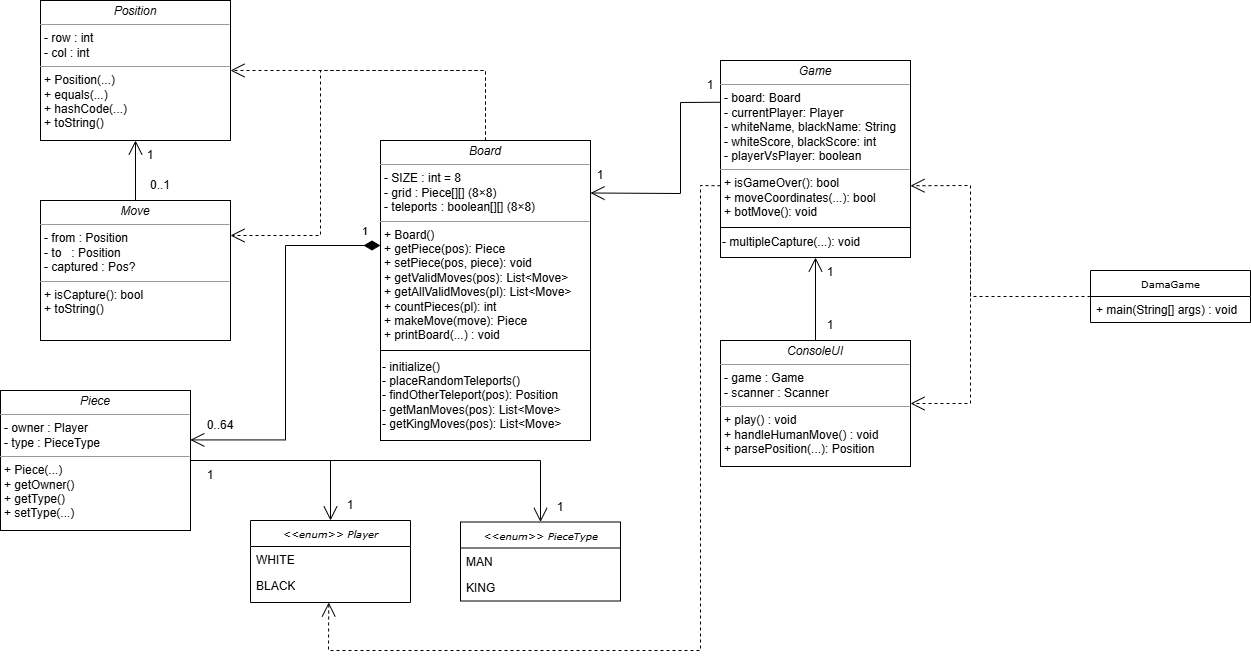
Earlier version of the draw.io export Dama/src/design/UML_diagram.png (ArthurynJoU/Dama). Source tidied: cells renumbered, new cells last; positions are measured from the earlier drawing's top-left corner, leaving out a move shared by most shapes.
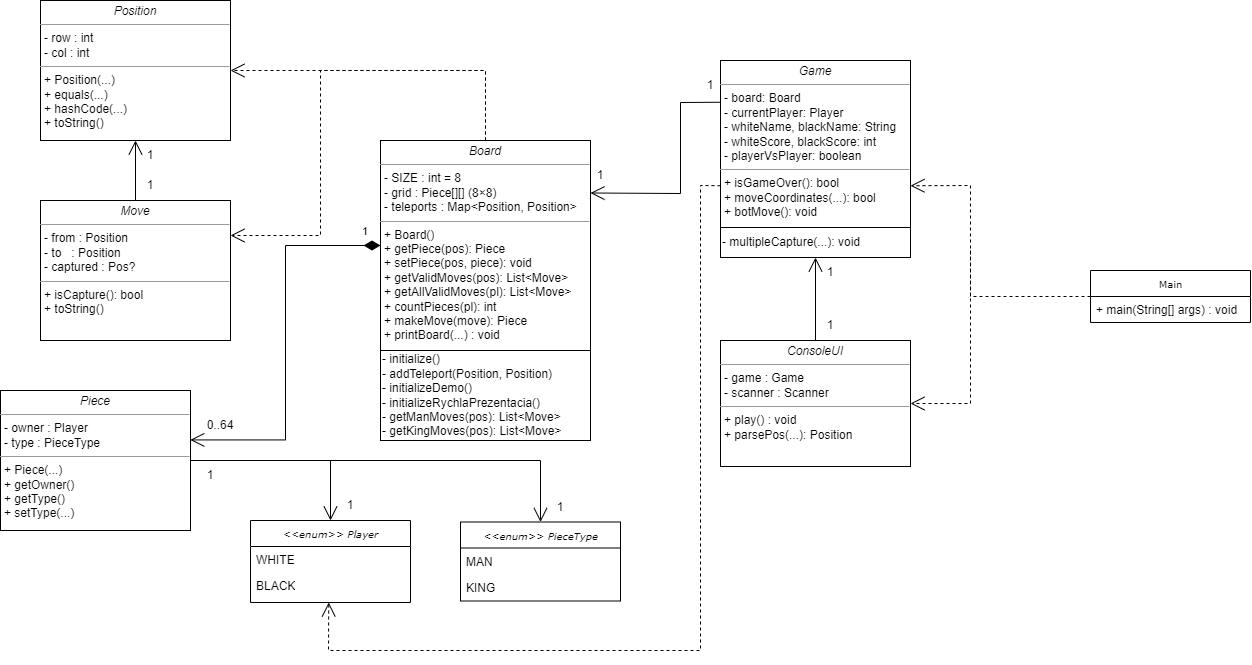
After the change.

What changed in the source:
```diff
@@ -2,7 +2,7 @@
   <root>
     <mxCell id="0" />
     <mxCell id="1" parent="0" />
-    <mxCell id="2" value="DamaGame" style="swimlane;html=1;fontStyle=0;horizontal=1;startSize=26;fillColor=none;swimlaneFillColor=#ffffff;rounded=0;shadow=0;comic=0;labelBackgroundColor=none;strokeWidth=1;fontFamily=Verdana;fontSize=10;align=center;" parent="1" vertex="1">
+    <mxCell id="2" value="Main" style="swimlane;html=1;fontStyle=0;horizontal=1;startSize=26;fillColor=none;swimlaneFillColor=#ffffff;rounded=0;shadow=0;comic=0;labelBackgroundColor=none;strokeWidth=1;fontFamily=Verdana;fontSize=10;align=center;" parent="1" vertex="1">
       <mxGeometry x="1090" y="270" width="160" height="52" as="geometry" />
     </mxCell>
     <mxCell id="3" value="+ main(String[] args) : void" style="text;html=1;strokeColor=none;fillColor=none;align=left;verticalAlign=top;spacingLeft=4;spacingRight=4;whiteSpace=wrap;overflow=hidden;" parent="2" vertex="1">
@@ -26,13 +26,13 @@
     <mxCell id="9" value="BLACK" style="text;html=1;strokeColor=none;fillColor=none;align=left;verticalAlign=top;spacingLeft=4;spacingRight=4;whiteSpace=wrap;overflow=hidden;points=[[0,0.5],[1,0.5]];portConstraint=eastwest;" parent="7" vertex="1">
       <mxGeometry y="52" width="160" height="26" as="geometry" />
     </mxCell>
-    <mxCell id="10" value="&lt;p style=&quot;margin:0px;margin-top:4px;text-align:center;&quot;&gt;&lt;i&gt;ConsoleUI&lt;/i&gt;&lt;/p&gt;&lt;hr size=&quot;1&quot;&gt;&lt;p style=&quot;margin:0px;margin-left:4px;&quot;&gt;- game : Game&amp;nbsp;&lt;br&gt;- scanner : Scanner&lt;/p&gt;&lt;hr size=&quot;1&quot;&gt;&lt;p style=&quot;margin:0px;margin-left:4px;&quot;&gt;+ play() : void&lt;br&gt;+ handleHumanMove() : void&lt;/p&gt;&lt;p style=&quot;margin:0px;margin-left:4px;&quot;&gt;+ parsePosition(...): Position&amp;nbsp;&lt;/p&gt;" style="verticalAlign=top;align=left;overflow=fill;fontSize=12;fontFamily=Helvetica;html=1;rounded=0;shadow=0;comic=0;labelBackgroundColor=none;strokeWidth=1;" parent="1" vertex="1">
+    <mxCell id="10" value="&lt;p style=&quot;margin:0px;margin-top:4px;text-align:center;&quot;&gt;&lt;i&gt;ConsoleUI&lt;/i&gt;&lt;/p&gt;&lt;hr size=&quot;1&quot;&gt;&lt;p style=&quot;margin:0px;margin-left:4px;&quot;&gt;- game : Game&amp;nbsp;&lt;br&gt;- scanner : Scanner&lt;/p&gt;&lt;hr size=&quot;1&quot;&gt;&lt;p style=&quot;margin:0px;margin-left:4px;&quot;&gt;+ play() : void&lt;br&gt;&lt;/p&gt;&lt;p style=&quot;margin:0px;margin-left:4px;&quot;&gt;+ parsePos(...): Position&amp;nbsp;&lt;/p&gt;" style="verticalAlign=top;align=left;overflow=fill;fontSize=12;fontFamily=Helvetica;html=1;rounded=0;shadow=0;comic=0;labelBackgroundColor=none;strokeWidth=1;" parent="1" vertex="1">
       <mxGeometry x="720" y="340" width="190" height="126" as="geometry" />
     </mxCell>
     <mxCell id="11" value="&lt;p style=&quot;margin:0px;margin-top:4px;text-align:center;&quot;&gt;&lt;i&gt;Game&lt;/i&gt;&lt;/p&gt;&lt;hr size=&quot;1&quot;&gt;&lt;p style=&quot;margin:0px;margin-left:4px;&quot;&gt;- board: Board&lt;br&gt;- currentPlayer: Player&lt;/p&gt;&lt;p style=&quot;margin:0px;margin-left:4px;&quot;&gt;- whiteName, blackName: String&lt;/p&gt;&lt;p style=&quot;margin:0px;margin-left:4px;&quot;&gt;- whiteScore, blackScore: int&lt;/p&gt;&lt;p style=&quot;margin:0px;margin-left:4px;&quot;&gt;- playerVsPlayer: boolean&lt;/p&gt;&lt;hr size=&quot;1&quot;&gt;&lt;p style=&quot;margin:0px;margin-left:4px;&quot;&gt;+ isGameOver(): bool&lt;br&gt;+ moveCoordinates(...): bool&amp;nbsp;&lt;/p&gt;&lt;p style=&quot;margin:0px;margin-left:4px;&quot;&gt;+ botMove(): void&lt;/p&gt;" style="verticalAlign=top;align=left;overflow=fill;fontSize=12;fontFamily=Helvetica;html=1;rounded=0;shadow=0;comic=0;labelBackgroundColor=none;strokeWidth=1;" parent="1" vertex="1">
       <mxGeometry x="720" y="60" width="190" height="167" as="geometry" />
     </mxCell>
-    <mxCell id="12" value="&lt;p style=&quot;margin:0px;margin-top:4px;text-align:center;&quot;&gt;&lt;i&gt;Board&lt;/i&gt;&lt;/p&gt;&lt;hr size=&quot;1&quot;&gt;&lt;p style=&quot;margin:0px;margin-left:4px;&quot;&gt;- SIZE : int = 8&amp;nbsp;&lt;/p&gt;&lt;p style=&quot;margin:0px;margin-left:4px;&quot;&gt;&lt;span style=&quot;background-color: transparent; color: light-dark(rgb(0, 0, 0), rgb(255, 255, 255));&quot;&gt;- grid : Piece[][] (8×8)&amp;nbsp; &amp;nbsp; &amp;nbsp; &amp;nbsp; &amp;nbsp; &amp;nbsp;&amp;nbsp;&lt;/span&gt;&lt;/p&gt;&lt;p style=&quot;margin:0px;margin-left:4px;&quot;&gt;- teleports : boolean[][] (8×8)&amp;nbsp;&lt;/p&gt;&lt;hr size=&quot;1&quot;&gt;&lt;p style=&quot;margin:0px;margin-left:4px;&quot;&gt;+ Board()&amp;nbsp; &amp;nbsp; &amp;nbsp; &amp;nbsp;&amp;nbsp;&lt;/p&gt;&lt;p style=&quot;margin:0px;margin-left:4px;&quot;&gt;+ getPiece(pos): Piece&amp;nbsp;&lt;/p&gt;&lt;p style=&quot;margin:0px;margin-left:4px;&quot;&gt;+ setPiece(pos, piece): void&amp;nbsp;&lt;/p&gt;&lt;p style=&quot;margin:0px;margin-left:4px;&quot;&gt;+ getValidMoves(pos): List&amp;lt;Move&amp;gt;&amp;nbsp;&lt;/p&gt;&lt;p style=&quot;margin:0px;margin-left:4px;&quot;&gt;+ getAllValidMoves(pl): List&amp;lt;Move&amp;gt;&lt;/p&gt;&lt;p style=&quot;margin:0px;margin-left:4px;&quot;&gt;&lt;span style=&quot;background-color: transparent; color: light-dark(rgb(0, 0, 0), rgb(255, 255, 255));&quot;&gt;+ countPieces(pl): int&amp;nbsp;&lt;/span&gt;&lt;/p&gt;&lt;p style=&quot;margin:0px;margin-left:4px;&quot;&gt;+ makeMove(move): Piece&amp;nbsp;&amp;nbsp;&lt;/p&gt;&lt;p style=&quot;margin:0px;margin-left:4px;&quot;&gt;+ printBoard(...) : void&amp;nbsp;&lt;/p&gt;" style="verticalAlign=top;align=left;overflow=fill;fontSize=12;fontFamily=Helvetica;html=1;rounded=0;shadow=0;comic=0;labelBackgroundColor=none;strokeWidth=1;" parent="1" vertex="1">
+    <mxCell id="12" value="&lt;p style=&quot;margin:0px;margin-top:4px;text-align:center;&quot;&gt;&lt;i&gt;Board&lt;/i&gt;&lt;/p&gt;&lt;hr size=&quot;1&quot;&gt;&lt;p style=&quot;margin:0px;margin-left:4px;&quot;&gt;- SIZE : int = 8&amp;nbsp;&lt;/p&gt;&lt;p style=&quot;margin:0px;margin-left:4px;&quot;&gt;&lt;span style=&quot;background-color: transparent; color: light-dark(rgb(0, 0, 0), rgb(255, 255, 255));&quot;&gt;- grid : Piece[][] (8×8)&amp;nbsp; &amp;nbsp; &amp;nbsp; &amp;nbsp; &amp;nbsp; &amp;nbsp;&amp;nbsp;&lt;/span&gt;&lt;/p&gt;&lt;p style=&quot;margin:0px;margin-left:4px;&quot;&gt;- teleports : Map&amp;lt;Position, Position&amp;gt;&amp;nbsp;&lt;/p&gt;&lt;hr size=&quot;1&quot;&gt;&lt;p style=&quot;margin:0px;margin-left:4px;&quot;&gt;+ Board()&amp;nbsp; &amp;nbsp; &amp;nbsp; &amp;nbsp;&amp;nbsp;&lt;/p&gt;&lt;p style=&quot;margin:0px;margin-left:4px;&quot;&gt;+ getPiece(pos): Piece&amp;nbsp;&lt;/p&gt;&lt;p style=&quot;margin:0px;margin-left:4px;&quot;&gt;+ setPiece(pos, piece): void&amp;nbsp;&lt;/p&gt;&lt;p style=&quot;margin:0px;margin-left:4px;&quot;&gt;+ getValidMoves(pos): List&amp;lt;Move&amp;gt;&amp;nbsp;&lt;/p&gt;&lt;p style=&quot;margin:0px;margin-left:4px;&quot;&gt;+ getAllValidMoves(pl): List&amp;lt;Move&amp;gt;&lt;/p&gt;&lt;p style=&quot;margin:0px;margin-left:4px;&quot;&gt;&lt;span style=&quot;background-color: transparent; color: light-dark(rgb(0, 0, 0), rgb(255, 255, 255));&quot;&gt;+ countPieces(pl): int&amp;nbsp;&lt;/span&gt;&lt;/p&gt;&lt;p style=&quot;margin:0px;margin-left:4px;&quot;&gt;+ makeMove(move): Piece&amp;nbsp;&amp;nbsp;&lt;/p&gt;&lt;p style=&quot;margin:0px;margin-left:4px;&quot;&gt;+ printBoard(...) : void&amp;nbsp;&lt;/p&gt;" style="verticalAlign=top;align=left;overflow=fill;fontSize=12;fontFamily=Helvetica;html=1;rounded=0;shadow=0;comic=0;labelBackgroundColor=none;strokeWidth=1;" parent="1" vertex="1">
       <mxGeometry x="380" y="140" width="210" height="210" as="geometry" />
     </mxCell>
     <mxCell id="13" value="&lt;p style=&quot;margin:0px;margin-top:4px;text-align:center;&quot;&gt;&lt;i&gt;Position&lt;/i&gt;&lt;/p&gt;&lt;hr size=&quot;1&quot;&gt;&lt;p style=&quot;margin:0px;margin-left:4px;&quot;&gt;- row : int&lt;br&gt;- col : int&lt;/p&gt;&lt;hr size=&quot;1&quot;&gt;&lt;p style=&quot;margin:0px;margin-left:4px;&quot;&gt;+ Position(...)&lt;br&gt;+ equals(...)&lt;/p&gt;&lt;p style=&quot;margin:0px;margin-left:4px;&quot;&gt;+ hashCode(...)&lt;/p&gt;&lt;p style=&quot;margin:0px;margin-left:4px;&quot;&gt;+ toString()&lt;/p&gt;" style="verticalAlign=top;align=left;overflow=fill;fontSize=12;fontFamily=Helvetica;html=1;rounded=0;shadow=0;comic=0;labelBackgroundColor=none;strokeWidth=1;" parent="1" vertex="1">
@@ -44,7 +44,7 @@
     <mxCell id="15" value="&lt;p style=&quot;margin:0px;margin-top:4px;text-align:center;&quot;&gt;&lt;i&gt;Piece&lt;/i&gt;&lt;/p&gt;&lt;hr size=&quot;1&quot;&gt;&lt;p style=&quot;margin:0px;margin-left:4px;&quot;&gt;- owner : Player&lt;br&gt;- type : PieceType&lt;/p&gt;&lt;hr size=&quot;1&quot;&gt;&lt;p style=&quot;margin:0px;margin-left:4px;&quot;&gt;+ Piece(...)&amp;nbsp;&lt;br&gt;+ getOwner()&lt;/p&gt;&lt;p style=&quot;margin:0px;margin-left:4px;&quot;&gt;+ getType()&lt;/p&gt;&lt;p style=&quot;margin:0px;margin-left:4px;&quot;&gt;+ setType(...)&amp;nbsp;&amp;nbsp;&lt;/p&gt;" style="verticalAlign=top;align=left;overflow=fill;fontSize=12;fontFamily=Helvetica;html=1;rounded=0;shadow=0;comic=0;labelBackgroundColor=none;strokeWidth=1;" parent="1" vertex="1">
       <mxGeometry y="390" width="190" height="140" as="geometry" />
     </mxCell>
-    <mxCell id="16" value="- initialize()&lt;div&gt;- placeRandomTeleports()&lt;/div&gt;&lt;div&gt;- findOtherTeleport(pos): Position&lt;/div&gt;&lt;div&gt;- getManMoves(pos): List&amp;lt;Move&amp;gt;&lt;/div&gt;&lt;div&gt;- getKingMoves(pos): List&amp;lt;Move&amp;gt;&lt;/div&gt;" style="rounded=0;whiteSpace=wrap;html=1;align=left;" parent="1" vertex="1">
+    <mxCell id="16" value="- initialize()&lt;div&gt;- addTeleport(Position, Position)&lt;/div&gt;&lt;div&gt;- initializeDemo()&lt;/div&gt;&lt;div&gt;- initializeRychlaPrezentacia()&lt;/div&gt;&lt;div&gt;- getManMoves(pos): List&amp;lt;Move&amp;gt;&lt;/div&gt;&lt;div&gt;- getKingMoves(pos): List&amp;lt;Move&amp;gt;&lt;/div&gt;" style="rounded=0;whiteSpace=wrap;html=1;align=left;" parent="1" vertex="1">
       <mxGeometry x="380" y="350" width="210" height="90" as="geometry" />
     </mxCell>
     <mxCell id="17" value="- multipleCapture(...): void&amp;nbsp;&amp;nbsp;" style="rounded=0;whiteSpace=wrap;html=1;align=left;" parent="1" vertex="1">
@@ -82,8 +82,8 @@
     <mxCell id="26" style="endArrow=open;endFill=1;endSize=12;html=1;rounded=0;exitX=0.5;exitY=0;exitDx=0;exitDy=0;entryX=0.5;entryY=1;entryDx=0;entryDy=0;" parent="1" edge="1" source="14" target="13">
       <mxGeometry relative="1" as="geometry" />
     </mxCell>
-    <mxCell id="27" value="0..1" style="text;html=1;align=center;verticalAlign=middle;whiteSpace=wrap;rounded=0;" parent="1" vertex="1">
-      <mxGeometry x="130" y="170" width="60" height="30" as="geometry" />
+    <mxCell id="27" value="1" style="text;html=1;align=center;verticalAlign=middle;whiteSpace=wrap;rounded=0;" parent="1" vertex="1">
+      <mxGeometry x="120" y="170" width="60" height="30" as="geometry" />
     </mxCell>
     <mxCell id="28" value="1" style="text;html=1;align=center;verticalAlign=middle;whiteSpace=wrap;rounded=0;" parent="1" vertex="1">
       <mxGeometry x="120" y="140" width="60" height="30" as="geometry" />
```
